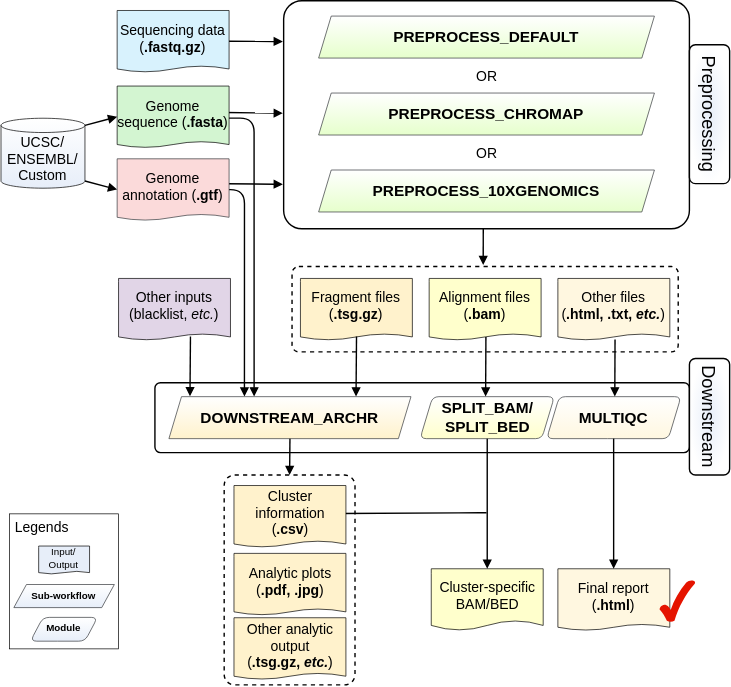
This is docs/images/Figure 1 workflow v3.drawio.svg from hukai916/scATACpipe, a draw.io export, as it was before one commit. Source tidied: cells renumbered, new cells last; positions are measured from the earlier drawing's top-left corner, leaving out a move shared by most shapes.
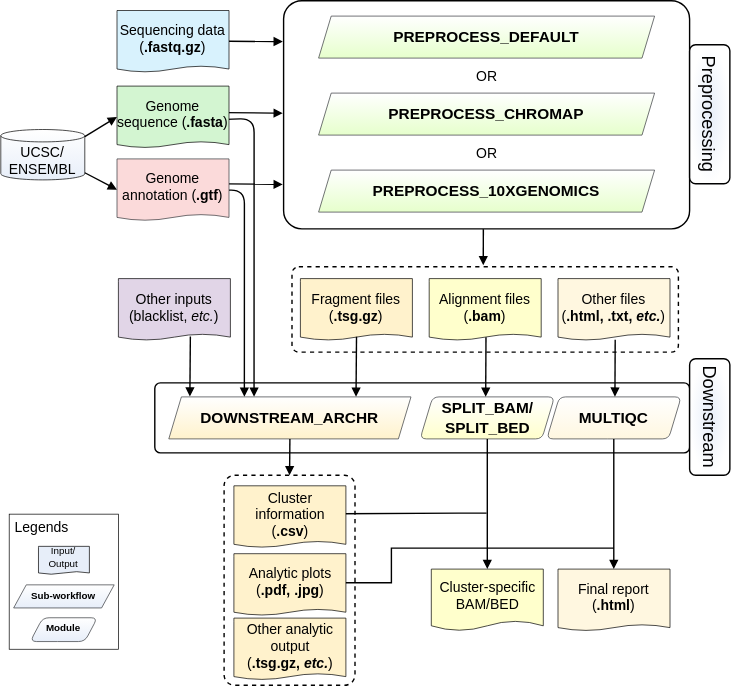
Above is the later version.

What changed in the source:
```diff
@@ -1,8 +1,8 @@
 <mxGraphModel>
   <root>
-    <mxCell id="0" />
-    <mxCell id="1" parent="0" />
+    <mxCell id="52" />
+    <mxCell id="53" parent="52" />
-    <mxCell id="2" style="group;" parent="1" vertex="1">
+    <mxCell id="2" style="group;" parent="53" vertex="1">
       <mxGeometry width="520.8" height="489" as="geometry" />
     </mxCell>
     <mxCell id="3" style="rounded=1;whiteSpace=wrap;html=1;strokeColor=#000000;strokeWidth=0.5;arcSize=0;spacing=0;fillColor=none;" parent="2" vertex="1">
@@ -20,15 +20,15 @@
     <mxCell id="7" value="Sequencing data (&lt;b&gt;.fastq.gz&lt;/b&gt;)" style="shape=document;whiteSpace=wrap;boundedLbl=1;fontSize=10;fillColor=#D8F2FD;strokeColor=#000000;fontStyle=0;size=0.1;html=1;spacing=0;strokeWidth=0.5;gradientColor=none;gradientDirection=north;" parent="2" vertex="1">
       <mxGeometry x="83" y="7" width="80" height="44" as="geometry" />
     </mxCell>
-    <mxCell id="8" value="UCSC/&#10;ENSEMBL/&#10;Custom" style="shape=cylinder3;whiteSpace=wrap;boundedLbl=1;backgroundOutline=1;size=5.108108108108041;verticalAlign=middle;fontSize=10;spacing=0;horizontal=1;fillColor=#E7EEF9;strokeColor=#000000;strokeWidth=0.5;gradientColor=#ffffff;gradientDirection=north;" parent="2" vertex="1">
-      <mxGeometry y="84" width="60" height="50" as="geometry" />
-    </mxCell>
-    <mxCell id="9" style="endArrow=block;html=1;rounded=1;strokeWidth=1;fillColor=#d5e8d4;strokeColor=#000000;entryX=0;entryY=0.5;entryDx=0;entryDy=0;endFill=1;jumpSize=0;sketch=0;shadow=0;snapToPoint=1;exitX=1;exitY=0;exitDx=0;exitDy=5.108108108108041;exitPerimeter=0;endSize=4;targetPerimeterSpacing=0;" parent="2" edge="1" source="8" target="33">
-      <mxGeometry relative="1" as="geometry" />
-    </mxCell>
-    <mxCell id="10" style="endArrow=block;html=1;rounded=1;strokeWidth=1;fillColor=#d5e8d4;strokeColor=#000000;entryX=0;entryY=0.5;entryDx=0;entryDy=0;endFill=1;jumpSize=0;sketch=0;shadow=0;snapToPoint=1;exitX=1;exitY=1;exitDx=0;exitDy=-5.108108108108041;exitPerimeter=0;endSize=4;targetPerimeterSpacing=0;" parent="2" edge="1" source="8" target="31">
-      <mxGeometry relative="1" as="geometry" />
-    </mxCell>
+    <mxCell id="54" value="UCSC/&#10;ENSEMBL" style="shape=cylinder3;whiteSpace=wrap;boundedLbl=1;backgroundOutline=1;size=4.428571428571388;verticalAlign=middle;fontSize=10;spacing=0;horizontal=1;fillColor=#E7EEF9;strokeColor=#000000;strokeWidth=0.5;gradientColor=#ffffff;gradientDirection=north;" parent="2" vertex="1">
+      <mxGeometry y="92" width="60" height="36" as="geometry" />
+    </mxCell>
+    <mxCell id="55" style="endArrow=block;html=1;rounded=1;strokeWidth=1;fillColor=#d5e8d4;strokeColor=#000000;entryX=0;entryY=0.5;entryDx=0;entryDy=0;endFill=1;jumpSize=0;sketch=0;shadow=0;snapToPoint=1;exitX=1;exitY=0;exitDx=0;exitDy=5.108108108108041;exitPerimeter=0;endSize=4;targetPerimeterSpacing=0;" parent="2" edge="1" source="54" target="33">
+      <mxGeometry relative="1" as="geometry" />
+    </mxCell>
+    <mxCell id="56" style="endArrow=block;html=1;rounded=1;strokeWidth=1;fillColor=#d5e8d4;strokeColor=#000000;entryX=0;entryY=0.5;entryDx=0;entryDy=0;endFill=1;jumpSize=0;sketch=0;shadow=0;snapToPoint=1;exitX=1;exitY=1;exitDx=0;exitDy=-5.108108108108041;exitPerimeter=0;endSize=4;targetPerimeterSpacing=0;" parent="2" edge="1" source="54" target="31">
+      <mxGeometry relative="1" as="geometry" />
+    </mxCell>
     <mxCell id="11" value="PREPROCESS_DEFAULT" style="shape=parallelogram;perimeter=parallelogramPerimeter;whiteSpace=wrap;fixedSize=1;fillColor=#E6FFCC;strokeColor=#36393d;fontSize=11;fontStyle=1;strokeWidth=0.5;size=8.999999999999886;horizontal=1;verticalAlign=middle;spacing=0;html=1;gradientColor=#ffffff;gradientDirection=north;" parent="2" vertex="1">
       <mxGeometry x="227" y="11" width="240" height="30" as="geometry" />
     </mxCell>
@@ -47,11 +47,11 @@
     <mxCell id="16" style="endArrow=block;html=1;rounded=1;strokeWidth=1;fillColor=#d5e8d4;strokeColor=#000000;endFill=1;jumpSize=0;sketch=0;shadow=0;snapToPoint=1;exitX=1;exitY=0.5;exitDx=0;exitDy=0;endSize=4;targetPerimeterSpacing=0;entryX=-0.002;entryY=0.179;entryDx=0;entryDy=0;entryPerimeter=0;" parent="2" edge="1" source="7" target="4">
       <mxGeometry relative="1" as="geometry" />
     </mxCell>
-    <mxCell id="17" style="endArrow=block;html=1;rounded=1;strokeWidth=1;fillColor=#d5e8d4;strokeColor=#000000;endFill=1;jumpSize=0;sketch=0;shadow=0;snapToPoint=1;exitX=0.962;exitY=0.43;exitDx=0;exitDy=0;endSize=4;targetPerimeterSpacing=0;exitPerimeter=0;entryX=-0.002;entryY=0.493;entryDx=0;entryDy=0;entryPerimeter=0;" parent="2" edge="1" target="4">
-      <mxGeometry relative="1" as="geometry">
-        <mxPoint x="160" y="79.9" as="sourcePoint" />
-      </mxGeometry>
-    </mxCell>
+    <mxCell id="57" style="endArrow=block;html=1;rounded=1;strokeWidth=1;fillColor=#d5e8d4;strokeColor=#000000;endFill=1;jumpSize=0;sketch=0;shadow=0;snapToPoint=1;exitX=0.962;exitY=0.43;exitDx=0;exitDy=0;endSize=4;targetPerimeterSpacing=0;exitPerimeter=0;entryX=-0.002;entryY=0.493;entryDx=0;entryDy=0;entryPerimeter=0;" parent="2" edge="1" target="4">
+      <mxGeometry relative="1" as="geometry">
+        <mxPoint x="160" y="79.9" as="sourcePoint" />
+      </mxGeometry>
+    </mxCell>
     <mxCell id="18" style="endArrow=block;html=1;rounded=1;strokeWidth=1;fillColor=#d5e8d4;strokeColor=#000000;endFill=1;jumpSize=0;sketch=0;shadow=0;snapToPoint=1;endSize=4;targetPerimeterSpacing=0;entryX=-0.002;entryY=0.805;entryDx=0;entryDy=0;entryPerimeter=0;exitX=0.985;exitY=0.406;exitDx=0;exitDy=0;exitPerimeter=0;" parent="2" edge="1" source="31" target="4">
       <mxGeometry relative="1" as="geometry" />
     </mxCell>
@@ -82,50 +82,47 @@
     <mxCell id="27" style="endArrow=block;html=1;rounded=1;strokeWidth=1;fillColor=#d5e8d4;strokeColor=#000000;endFill=1;jumpSize=0;sketch=0;shadow=0;snapToPoint=1;endSize=4;targetPerimeterSpacing=0;entryX=0.488;entryY=-0.002;entryDx=0;entryDy=0;entryPerimeter=0;exitX=0.507;exitY=0.953;exitDx=0;exitDy=0;exitPerimeter=0;" parent="2" edge="1" source="24" target="21">
       <mxGeometry relative="1" as="geometry" />
     </mxCell>
-    <mxCell id="28" style="endArrow=block;html=1;rounded=1;strokeWidth=1;fillColor=#d5e8d4;strokeColor=#000000;endFill=1;jumpSize=0;sketch=0;shadow=0;snapToPoint=1;endSize=4;targetPerimeterSpacing=0;entryX=0.087;entryY=-0.009;entryDx=0;entryDy=0;entryPerimeter=0;exitX=0.705;exitY=0.896;exitDx=0;exitDy=0;exitPerimeter=0;" parent="2" edge="1" target="40">
-      <mxGeometry relative="1" as="geometry">
-        <mxPoint x="135.4" y="239.9" as="sourcePoint" />
-      </mxGeometry>
-    </mxCell>
+    <mxCell id="58" style="endArrow=block;html=1;rounded=1;strokeWidth=1;fillColor=#d5e8d4;strokeColor=#000000;endFill=1;jumpSize=0;sketch=0;shadow=0;snapToPoint=1;endSize=4;targetPerimeterSpacing=0;entryX=0.087;entryY=-0.009;entryDx=0;entryDy=0;entryPerimeter=0;exitX=0.705;exitY=0.896;exitDx=0;exitDy=0;exitPerimeter=0;" parent="2" edge="1" target="40">
+      <mxGeometry relative="1" as="geometry">
+        <mxPoint x="135.4" y="239.9" as="sourcePoint" />
+      </mxGeometry>
+    </mxCell>
     <mxCell id="29" value="Other inputs (blacklist, &lt;i&gt;etc.&lt;/i&gt;)" style="shape=document;whiteSpace=wrap;boundedLbl=1;fontSize=10;fillColor=#e1d5e7;strokeColor=#000000;fontStyle=0;size=0.1;html=1;spacing=0;strokeWidth=0.5;gradientDirection=north;" parent="2" vertex="1">
       <mxGeometry x="84" y="198.5" width="80" height="44" as="geometry" />
     </mxCell>
-    <mxCell id="30" style="edgeStyle=segmentEdgeStyle;endArrow=block;html=1;rounded=1;fontSize=10;strokeColor=#000000;strokeWidth=1;endFill=1;endSize=4;entryX=0.312;entryY=-0.005;entryDx=0;entryDy=0;entryPerimeter=0;" parent="2" edge="1" target="40">
-      <mxGeometry relative="1" as="geometry">
-        <mxPoint x="138" y="136" as="sourcePoint" />
-        <Array as="points">
-          <mxPoint x="138" y="135" />
-          <mxPoint x="174" y="135" />
-        </Array>
-      </mxGeometry>
-    </mxCell>
+    <mxCell id="59" style="edgeStyle=segmentEdgeStyle;endArrow=block;html=1;rounded=1;fontSize=10;strokeColor=#000000;strokeWidth=1;endFill=1;endSize=4;entryX=0.312;entryY=-0.005;entryDx=0;entryDy=0;entryPerimeter=0;" parent="2" edge="1" target="40">
+      <mxGeometry relative="1" as="geometry">
+        <mxPoint x="138" y="136" as="sourcePoint" />
+        <Array as="points">
+          <mxPoint x="138" y="135" />
+          <mxPoint x="174" y="135" />
+        </Array>
+      </mxGeometry>
+    </mxCell>
     <mxCell id="31" value="Genome annotation (&lt;b&gt;.gtf&lt;/b&gt;)" style="shape=document;whiteSpace=wrap;boundedLbl=1;fontSize=10;fillColor=#FBDADA;strokeColor=#36393d;fontStyle=0;size=0.1;html=1;spacing=0;strokeWidth=0.5;gradientColor=none;gradientDirection=north;" parent="2" vertex="1">
       <mxGeometry x="83" y="113" width="80" height="44" as="geometry" />
     </mxCell>
-    <mxCell id="32" style="edgeStyle=segmentEdgeStyle;endArrow=block;html=1;rounded=1;fontSize=10;strokeColor=#000000;strokeWidth=1;endFill=1;endSize=4;entryX=0.352;entryY=-0.006;entryDx=0;entryDy=0;entryPerimeter=0;" parent="2" edge="1">
-      <mxGeometry relative="1" as="geometry">
-        <mxPoint x="145.3" y="85.3" as="sourcePoint" />
-        <mxPoint x="180.9" y="282.8" as="targetPoint" />
-        <Array as="points">
-          <mxPoint x="145" y="84" />
-          <mxPoint x="181" y="84" />
-        </Array>
-      </mxGeometry>
-    </mxCell>
+    <mxCell id="60" style="edgeStyle=segmentEdgeStyle;endArrow=block;html=1;rounded=1;fontSize=10;strokeColor=#000000;strokeWidth=1;endFill=1;endSize=4;entryX=0.352;entryY=-0.006;entryDx=0;entryDy=0;entryPerimeter=0;" parent="2" edge="1">
+      <mxGeometry relative="1" as="geometry">
+        <mxPoint x="145.3" y="85.3" as="sourcePoint" />
+        <mxPoint x="180.9" y="282.8" as="targetPoint" />
+        <Array as="points">
+          <mxPoint x="145" y="84" />
+          <mxPoint x="181" y="84" />
+        </Array>
+      </mxGeometry>
+    </mxCell>
     <mxCell id="33" value="Genome sequence (&lt;b&gt;.fasta&lt;/b&gt;)" style="shape=document;whiteSpace=wrap;boundedLbl=1;fontSize=10;fillColor=#D3F5D1;strokeColor=#000000;fontStyle=0;size=0.1;html=1;spacing=0;strokeWidth=0.5;gradientColor=none;gradientDirection=north;align=center;" parent="2" vertex="1">
       <mxGeometry x="83" y="61" width="80" height="44" as="geometry" />
     </mxCell>
-    <mxCell id="34" style="endArrow=block;html=1;rounded=1;strokeWidth=1;fillColor=#d5e8d4;strokeColor=#000000;endFill=1;jumpSize=0;sketch=0;shadow=0;snapToPoint=1;endSize=4;targetPerimeterSpacing=0;entryX=0.507;entryY=-0.006;entryDx=0;entryDy=0;entryPerimeter=0;exitX=0.499;exitY=0.943;exitDx=0;exitDy=0;exitPerimeter=0;" parent="2" edge="1" target="22">
-      <mxGeometry relative="1" as="geometry">
-        <mxPoint x="438.8" y="242.1" as="sourcePoint" />
-      </mxGeometry>
-    </mxCell>
+    <mxCell id="61" style="endArrow=block;html=1;rounded=1;strokeWidth=1;fillColor=#d5e8d4;strokeColor=#000000;endFill=1;jumpSize=0;sketch=0;shadow=0;snapToPoint=1;endSize=4;targetPerimeterSpacing=0;entryX=0.507;entryY=-0.006;entryDx=0;entryDy=0;entryPerimeter=0;exitX=0.499;exitY=0.943;exitDx=0;exitDy=0;exitPerimeter=0;" parent="2" edge="1" target="22">
+      <mxGeometry relative="1" as="geometry">
+        <mxPoint x="438.8" y="242.1" as="sourcePoint" />
+      </mxGeometry>
+    </mxCell>
     <mxCell id="35" style="rounded=1;whiteSpace=wrap;html=1;strokeColor=#000000;strokeWidth=1;dashed=1;spacing=0;backgroundOutline=0;arcSize=8;fillColor=none;" parent="2" vertex="1">
       <mxGeometry x="159.5" y="339" width="93.5" height="150" as="geometry" />
     </mxCell>
-    <mxCell id="36" value="Analytic plots&lt;br&gt;(&lt;b&gt;.pdf, .jpg&lt;/b&gt;)" style="shape=document;whiteSpace=wrap;boundedLbl=1;fontSize=10;fillColor=#fff2cc;strokeColor=#000000;fontStyle=0;size=0.1;html=1;spacing=0;strokeWidth=0.5;" parent="2" vertex="1">
-      <mxGeometry x="166.5" y="395" width="80" height="44" as="geometry" />
-    </mxCell>
     <mxCell id="37" value="Other analytic output&lt;br&gt;(&lt;b&gt;.tsg.gz, &lt;i&gt;etc.&lt;/i&gt;&lt;/b&gt;)" style="shape=document;whiteSpace=wrap;boundedLbl=1;fontSize=10;fillColor=#fff2cc;strokeColor=#000000;fontStyle=0;size=0.1;html=1;spacing=0;strokeWidth=0.5;" parent="2" vertex="1">
       <mxGeometry x="166.5" y="441" width="80" height="44" as="geometry" />
     </mxCell>
@@ -141,27 +138,24 @@
     <mxCell id="41" style="endArrow=block;html=1;rounded=1;shadow=0;sketch=0;fontSize=13;endSize=4;targetPerimeterSpacing=0;strokeColor=#000000;strokeWidth=1;jumpSize=0;exitX=0.5;exitY=1;exitDx=0;exitDy=0;entryX=0.5;entryY=0;entryDx=0;entryDy=0;endFill=1;" parent="2" edge="1" source="21" target="38">
       <mxGeometry relative="1" as="geometry" />
     </mxCell>
-    <mxCell id="42" style="endArrow=block;html=1;rounded=1;shadow=0;sketch=0;fontSize=13;endSize=4;targetPerimeterSpacing=0;strokeColor=#000000;strokeWidth=1;jumpSize=0;exitX=0.5;exitY=1;exitDx=0;exitDy=0;entryX=0.5;entryY=0;entryDx=0;entryDy=0;endFill=1;" parent="2" edge="1">
-      <mxGeometry relative="1" as="geometry">
-        <mxPoint x="437.9" y="313" as="sourcePoint" />
-        <mxPoint x="437.9" y="406" as="targetPoint" />
-      </mxGeometry>
-    </mxCell>
-    <mxCell id="43" style="endArrow=none;html=1;rounded=1;shadow=0;sketch=0;fontSize=13;endSize=4;targetPerimeterSpacing=0;strokeColor=#000000;strokeWidth=1;jumpSize=0;exitX=1;exitY=0.5;exitDx=0;exitDy=0;" parent="2" edge="1">
-      <mxGeometry relative="1" as="geometry">
-        <mxPoint x="243.5" y="366.5" as="sourcePoint" />
-        <mxPoint x="347" y="366" as="targetPoint" />
-        <Array as="points">
-          <mxPoint x="337" y="366" />
-        </Array>
-      </mxGeometry>
-    </mxCell>
+    <mxCell id="62" style="endArrow=block;html=1;rounded=1;shadow=0;sketch=0;fontSize=13;endSize=4;targetPerimeterSpacing=0;strokeColor=#000000;strokeWidth=1;jumpSize=0;exitX=0.5;exitY=1;exitDx=0;exitDy=0;entryX=0.5;entryY=0;entryDx=0;entryDy=0;endFill=1;" parent="2" edge="1">
+      <mxGeometry relative="1" as="geometry">
+        <mxPoint x="437.9" y="313" as="sourcePoint" />
+        <mxPoint x="437.9" y="406" as="targetPoint" />
+      </mxGeometry>
+    </mxCell>
+    <mxCell id="63" style="endArrow=none;html=1;rounded=1;shadow=0;sketch=0;fontSize=13;endSize=4;targetPerimeterSpacing=0;strokeColor=#000000;strokeWidth=1;jumpSize=0;exitX=1;exitY=0.5;exitDx=0;exitDy=0;" parent="2" edge="1">
+      <mxGeometry relative="1" as="geometry">
+        <mxPoint x="243.5" y="366.5" as="sourcePoint" />
+        <mxPoint x="347" y="366" as="targetPoint" />
+        <Array as="points">
+          <mxPoint x="337" y="366" />
+        </Array>
+      </mxGeometry>
+    </mxCell>
     <mxCell id="44" value="Cluster information&lt;br&gt;(&lt;b&gt;.csv&lt;/b&gt;)" style="shape=document;whiteSpace=wrap;boundedLbl=1;fontSize=10;fillColor=#fff2cc;strokeColor=#000000;fontStyle=0;size=0.1;html=1;spacing=0;strokeWidth=0.5;" parent="2" vertex="1">
       <mxGeometry x="166.5" y="346.5" width="80" height="44" as="geometry" />
     </mxCell>
-    <mxCell id="45" style="verticalLabelPosition=bottom;verticalAlign=top;html=1;shape=mxgraph.basic.tick;rounded=1;fontSize=13;strokeColor=none;strokeWidth=1;fillColor=#e51400;gradientDirection=north;fontColor=#ffffff;" parent="2" vertex="1">
-      <mxGeometry x="470.6" y="414" width="25.5" height="30" as="geometry" />
-    </mxCell>
     <mxCell id="46" value="Input/&lt;br style=&quot;font-size: 7px;&quot;&gt;Output" style="shape=document;whiteSpace=wrap;boundedLbl=1;fontSize=7;fillColor=#E7EEF9;strokeColor=#000000;fontStyle=0;size=0.1;html=1;spacing=0;strokeWidth=0.5;" parent="2" vertex="1">
       <mxGeometry x="26.9" y="389.8" width="36.4" height="20" as="geometry" />
     </mxCell>
@@ -180,5 +174,17 @@
     <mxCell id="51" style="endArrow=block;html=1;rounded=1;strokeWidth=1;fillColor=#d5e8d4;strokeColor=#000000;endFill=1;jumpSize=0;sketch=0;shadow=0;snapToPoint=1;endSize=4;targetPerimeterSpacing=0;entryX=0.5;entryY=0;entryDx=0;entryDy=0;exitX=0.5;exitY=1;exitDx=0;exitDy=0;" parent="2" edge="1" source="40" target="35">
       <mxGeometry relative="1" as="geometry" />
     </mxCell>
+    <mxCell id="64" style="edgeStyle=elbowEdgeStyle;elbow=horizontal;endArrow=none;html=1;rounded=0;endFill=0;endSize=4;" parent="2" edge="1">
+      <mxGeometry relative="1" as="geometry">
+        <mxPoint x="245.5" y="415.8" as="sourcePoint" />
+        <mxPoint x="438" y="391" as="targetPoint" />
+        <Array as="points">
+          <mxPoint x="279" y="411" />
+        </Array>
+      </mxGeometry>
+    </mxCell>
+    <mxCell id="36" value="Analytic plots&lt;br&gt;(&lt;b&gt;.pdf, .jpg&lt;/b&gt;)" style="shape=document;whiteSpace=wrap;boundedLbl=1;fontSize=10;fillColor=#fff2cc;strokeColor=#000000;fontStyle=0;size=0.1;html=1;spacing=0;strokeWidth=0.5;" parent="2" vertex="1">
+      <mxGeometry x="166.5" y="395" width="80" height="44" as="geometry" />
+    </mxCell>
   </root>
 </mxGraphModel>
```
